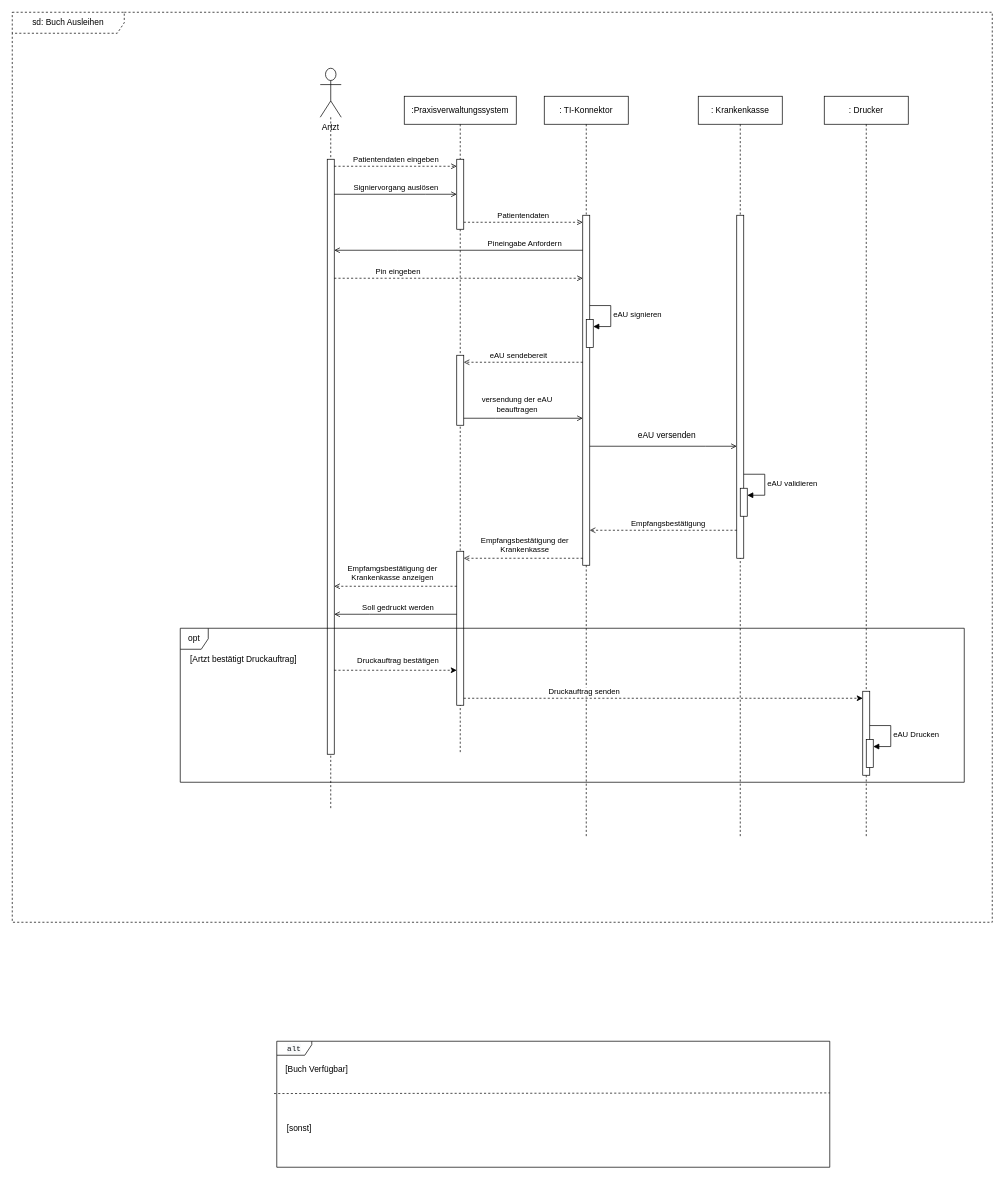
Earlier version of the draw.io diagram Programms/M31/Pateintendaten.drawio (Alex5X5/Schule). Source tidied: cells renumbered, new cells numbered last; positions are measured from the earlier drawing's top-left corner, leaving out a move shared by most shapes. Both pictures are drawn from the tidied source at 70%, with x=0, y=0 at pixel (12, 12).
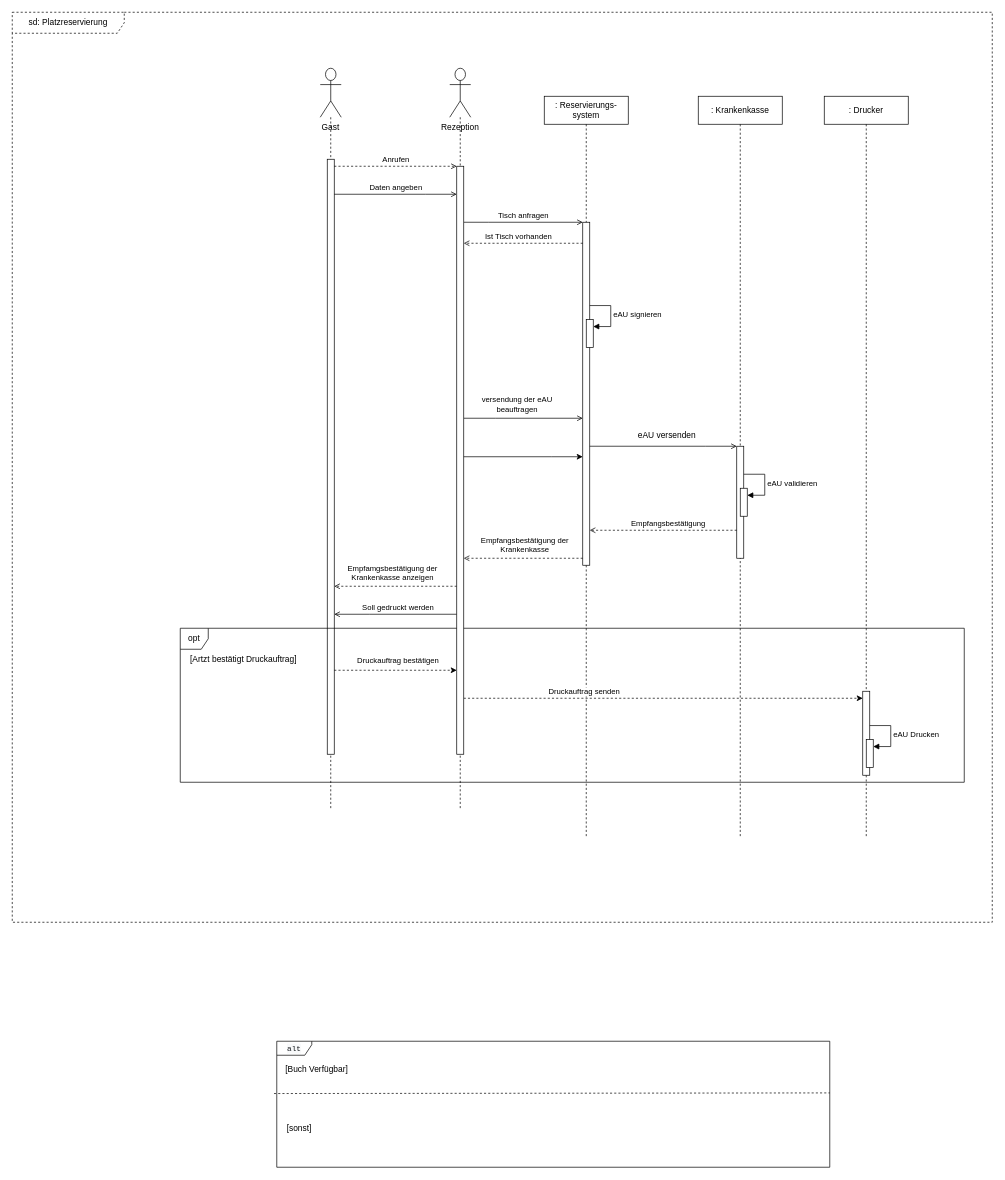
The same diagram, later.

Unchanged cells that the change refers to:
```xml
<mxCell id="14" style="html=1;points=[[0,0,0,0,5],[0,1,0,0,-5],[1,0,0,0,5],[1,1,0,0,-5]];perimeter=orthogonalPerimeter;outlineConnect=0;targetShapes=umlLifeline;portConstraint=eastwest;newEdgeStyle={&quot;curved&quot;:0,&quot;rounded&quot;:0};" parent="13" vertex="1">
  <mxGeometry x="10" y="130" width="10" height="850" as="geometry" />
</mxCell>
<mxCell id="24" value=": Krankenkasse" style="shape=umlLifeline;perimeter=lifelinePerimeter;whiteSpace=wrap;html=1;newEdgeStyle={&quot;curved&quot;:0,&quot;rounded&quot;:0};" parent="2" vertex="1">
  <mxGeometry x="980" y="120" width="120" height="1060" as="geometry" />
</mxCell>
<mxCell id="45" style="html=1;points=[[0,0,0,0,5],[0,1,0,0,-5],[1,0,0,0,5],[1,1,0,0,-5]];perimeter=orthogonalPerimeter;outlineConnect=0;targetShapes=umlLifeline;portConstraint=eastwest;newEdgeStyle={&quot;curved&quot;:0,&quot;rounded&quot;:0};" parent="2" vertex="1">
  <mxGeometry x="1215" y="970" width="10" height="120" as="geometry" />
</mxCell>
```

Diff of the diagram source:
```diff
@@
-    <mxCell id="2" value="sd: Buch Ausleihen" style="shape=umlFrame;whiteSpace=wrap;html=1;width=160;dashed=1;" parent="1" vertex="1">
+    <mxCell id="2" value="sd: Platzreservierung" style="shape=umlFrame;whiteSpace=wrap;html=1;width=160;dashed=1;" parent="1" vertex="1">
       <mxGeometry width="1400" height="1300" as="geometry" />
     </mxCell>
-    <mxCell id="3" style="edgeStyle=orthogonalEdgeStyle;rounded=0;jettySize=auto;html=1;curved=0;endArrow=open;endFill=0;dashed=1;" parent="2" edge="1" source="6" target="10">
+    <mxCell id="3" style="edgeStyle=orthogonalEdgeStyle;rounded=0;jettySize=auto;html=1;curved=0;endArrow=open;endFill=0;" parent="2" edge="1" target="10">
       <mxGeometry relative="1" as="geometry">
+        <mxPoint x="645" y="300" as="sourcePoint" />
         <Array as="points">
           <mxPoint x="680" y="300" />
           <mxPoint x="680" y="300" />
         </Array>
       </mxGeometry>
     </mxCell>
-    <mxCell id="4" value="Patientendaten" style="edgeLabel;html=1;align=center;verticalAlign=middle;" parent="3" vertex="1">
+    <mxCell id="4" value="Tisch anfragen" style="edgeLabel;html=1;align=center;verticalAlign=middle;" parent="3" vertex="1">
       <mxGeometry x="0.18" y="-1" relative="1" as="geometry">
         <mxPoint x="-16" y="-11" as="offset" />
       </mxGeometry>
     </mxCell>
-    <mxCell id="5" value=":Praxisverwaltungssystem" style="shape=umlLifeline;perimeter=lifelinePerimeter;whiteSpace=wrap;html=1;newEdgeStyle={&quot;curved&quot;:0,&quot;rounded&quot;:0};" parent="2" vertex="1">
-      <mxGeometry x="560" y="120" width="160" height="940" as="geometry" />
-    </mxCell>
-    <mxCell id="6" style="html=1;points=[[0,0,0,0,5],[0,1,0,0,-5],[1,0,0,0,5],[1,1,0,0,-5]];perimeter=orthogonalPerimeter;outlineConnect=0;targetShapes=umlLifeline;portConstraint=eastwest;newEdgeStyle={&quot;curved&quot;:0,&quot;rounded&quot;:0};" parent="5" vertex="1">
-      <mxGeometry x="75" y="90" width="10" height="100" as="geometry" />
-    </mxCell>
-    <mxCell id="7" style="html=1;points=[[0,0,0,0,5],[0,1,0,0,-5],[1,0,0,0,5],[1,1,0,0,-5]];perimeter=orthogonalPerimeter;outlineConnect=0;targetShapes=umlLifeline;portConstraint=eastwest;newEdgeStyle={&quot;curved&quot;:0,&quot;rounded&quot;:0};" parent="5" vertex="1">
-      <mxGeometry x="75" y="370" width="10" height="100" as="geometry" />
-    </mxCell>
-    <mxCell id="8" style="html=1;points=[[0,0,0,0,5],[0,1,0,0,-5],[1,0,0,0,5],[1,1,0,0,-5]];perimeter=orthogonalPerimeter;outlineConnect=0;targetShapes=umlLifeline;portConstraint=eastwest;newEdgeStyle={&quot;curved&quot;:0,&quot;rounded&quot;:0};" parent="5" vertex="1">
-      <mxGeometry x="75" y="650" width="10" height="220" as="geometry" />
-    </mxCell>
-    <mxCell id="9" value=": TI-Konnektor" style="shape=umlLifeline;perimeter=lifelinePerimeter;whiteSpace=wrap;html=1;newEdgeStyle={&quot;curved&quot;:0,&quot;rounded&quot;:0};" parent="2" vertex="1">
+    <mxCell id="9" value=": Reservierungs-system" style="shape=umlLifeline;perimeter=lifelinePerimeter;whiteSpace=wrap;html=1;newEdgeStyle={&quot;curved&quot;:0,&quot;rounded&quot;:0};" parent="2" vertex="1">
       <mxGeometry x="760" y="120" width="120" height="1060" as="geometry" />
     </mxCell>
     <mxCell id="10" style="html=1;points=[[0,0,0,0,5],[0,1,0,0,-5],[1,0,0,0,5],[1,1,0,0,-5]];perimeter=orthogonalPerimeter;outlineConnect=0;targetShapes=umlLifeline;portConstraint=eastwest;newEdgeStyle={&quot;curved&quot;:0,&quot;rounded&quot;:0};" parent="9" vertex="1">
-      <mxGeometry x="55" y="170" width="10" height="500" as="geometry" />
+      <mxGeometry x="55" y="180" width="10" height="490" as="geometry" />
     </mxCell>
@@
-    <mxCell id="15" value="Artzt" style="text;html=1;align=center;verticalAlign=middle;whiteSpace=wrap;rounded=0;" parent="2" vertex="1">
+    <mxCell id="15" value="Gast" style="text;html=1;align=center;verticalAlign=middle;whiteSpace=wrap;rounded=0;" parent="2" vertex="1">
       <mxGeometry x="425" y="150" width="60" height="30" as="geometry" />
     </mxCell>
-    <mxCell id="16" style="edgeStyle=orthogonalEdgeStyle;rounded=0;jettySize=auto;html=1;curved=0;endArrow=open;endFill=0;" parent="2" edge="1" target="6">
-      <mxGeometry relative="1" as="geometry">
-        <mxPoint x="460" y="260" as="sourcePoint" />
-        <Array as="points">
-          <mxPoint x="590" y="260" />
-          <mxPoint x="590" y="260" />
-        </Array>
-      </mxGeometry>
-    </mxCell>
-    <mxCell id="17" value="Signiervorgang auslösen" style="edgeLabel;html=1;align=center;verticalAlign=middle;" parent="16" vertex="1">
-      <mxGeometry x="-0.17" relative="1" as="geometry">
-        <mxPoint x="14" y="-10" as="offset" />
-      </mxGeometry>
-    </mxCell>
-    <mxCell id="18" style="edgeStyle=orthogonalEdgeStyle;rounded=0;jettySize=auto;html=1;curved=0;endArrow=open;endFill=0;dashed=1;" parent="2" edge="1" source="14" target="10">
-      <mxGeometry relative="1" as="geometry">
-        <Array as="points">
-          <mxPoint x="550" y="380" />
-          <mxPoint x="550" y="380" />
-        </Array>
-      </mxGeometry>
-    </mxCell>
-    <mxCell id="19" value="Pin eingeben" style="edgeLabel;html=1;align=center;verticalAlign=middle;" parent="18" vertex="1">
-      <mxGeometry x="-0.08" y="1" relative="1" as="geometry">
-        <mxPoint x="-73" y="-9" as="offset" />
-      </mxGeometry>
-    </mxCell>
-    <mxCell id="20" style="edgeStyle=orthogonalEdgeStyle;rounded=0;jettySize=auto;html=1;curved=0;endArrow=open;endFill=0;dashed=1;" parent="2" edge="1" source="14" target="6">
+    <mxCell id="20" style="edgeStyle=orthogonalEdgeStyle;rounded=0;jettySize=auto;html=1;curved=0;endArrow=open;endFill=0;dashed=1;" parent="2" edge="1" source="14">
       <mxGeometry relative="1" as="geometry">
+        <mxPoint x="635" y="220" as="targetPoint" />
         <Array as="points">
           <mxPoint x="590" y="220" />
           <mxPoint x="590" y="220" />
         </Array>
       </mxGeometry>
     </mxCell>
-    <mxCell id="21" value="Patientendaten eingeben" style="edgeLabel;html=1;align=center;verticalAlign=middle;" parent="20" vertex="1">
+    <mxCell id="21" value="Anrufen" style="edgeLabel;html=1;align=center;verticalAlign=middle;" parent="20" vertex="1">
       <mxGeometry x="0.02" y="2" relative="1" as="geometry">
         <mxPoint x="-2" y="-8" as="offset" />
       </mxGeometry>
     </mxCell>
-    <mxCell id="22" style="edgeStyle=orthogonalEdgeStyle;rounded=0;jettySize=auto;html=1;curved=0;endArrow=open;endFill=0;" parent="2" edge="1" source="10" target="14">
-      <mxGeometry relative="1" as="geometry">
-        <Array as="points">
-          <mxPoint x="550" y="340" />
-          <mxPoint x="550" y="340" />
-        </Array>
-      </mxGeometry>
-    </mxCell>
-    <mxCell id="23" value="Pineingabe Anfordern" style="edgeLabel;html=1;align=center;verticalAlign=middle;" parent="22" vertex="1">
-      <mxGeometry x="-0.03" relative="1" as="geometry">
-        <mxPoint x="88" y="-10" as="offset" />
-      </mxGeometry>
-    </mxCell>
@@
     <mxCell id="25" style="html=1;points=[[0,0,0,0,5],[0,1,0,0,-5],[1,0,0,0,5],[1,1,0,0,-5]];perimeter=orthogonalPerimeter;outlineConnect=0;targetShapes=umlLifeline;portConstraint=eastwest;newEdgeStyle={&quot;curved&quot;:0,&quot;rounded&quot;:0};" parent="24" vertex="1">
-      <mxGeometry x="55" y="170" width="10" height="490" as="geometry" />
+      <mxGeometry x="55" y="500" width="10" height="160" as="geometry" />
     </mxCell>
@@
-    <mxCell id="28" style="edgeStyle=orthogonalEdgeStyle;rounded=0;jettySize=auto;html=1;curved=0;endArrow=open;endFill=0;" parent="2" edge="1" source="7" target="10">
+    <mxCell id="28" style="edgeStyle=orthogonalEdgeStyle;rounded=0;jettySize=auto;html=1;curved=0;endArrow=open;endFill=0;" parent="2" edge="1" target="10">
       <mxGeometry relative="1" as="geometry">
+        <mxPoint x="645" y="580" as="sourcePoint" />
         <Array as="points">
           <mxPoint x="690" y="580" />
           <mxPoint x="690" y="580" />
         </Array>
       </mxGeometry>
     </mxCell>
@@
-    <mxCell id="30" style="edgeStyle=orthogonalEdgeStyle;rounded=0;jettySize=auto;html=1;curved=0;dashed=1;endArrow=open;endFill=0;" parent="2" edge="1" source="10" target="7">
+    <mxCell id="30" style="edgeStyle=orthogonalEdgeStyle;rounded=0;orthogonalLoop=1;jettySize=auto;html=1;curved=0;dashed=1;endArrow=open;endFill=0;" parent="2" edge="1">
       <mxGeometry relative="1" as="geometry">
+        <mxPoint x="815" y="330" as="sourcePoint" />
+        <mxPoint x="645" y="330" as="targetPoint" />
         <Array as="points">
-          <mxPoint x="760" y="500" />
-          <mxPoint x="760" y="500" />
+          <mxPoint x="760" y="330" />
+          <mxPoint x="760" y="330" />
         </Array>
       </mxGeometry>
     </mxCell>
-    <mxCell id="31" value=" eAU sendebereit " style="edgeLabel;html=1;align=center;verticalAlign=middle;" parent="30" vertex="1">
+    <mxCell id="31" value=" Ist Tisch vorhanden" style="edgeLabel;html=1;align=center;verticalAlign=middle;" parent="30" vertex="1">
       <mxGeometry x="0.09" y="-2" relative="1" as="geometry">
         <mxPoint y="-8" as="offset" />
       </mxGeometry>
     </mxCell>
@@
-    <mxCell id="36" style="edgeStyle=orthogonalEdgeStyle;rounded=0;jettySize=auto;html=1;curved=0;dashed=1;endArrow=open;endFill=0;" parent="2" edge="1" source="10" target="8">
+    <mxCell id="36" style="edgeStyle=orthogonalEdgeStyle;rounded=0;jettySize=auto;html=1;curved=0;dashed=1;endArrow=open;endFill=0;" parent="2" edge="1" source="10">
       <mxGeometry relative="1" as="geometry">
+        <mxPoint x="645" y="780" as="targetPoint" />
         <Array as="points">
           <mxPoint x="700" y="780" />
           <mxPoint x="700" y="780" />
         </Array>
       </mxGeometry>
     </mxCell>
@@
-    <mxCell id="39" style="edgeStyle=orthogonalEdgeStyle;rounded=0;jettySize=auto;html=1;curved=0;endArrow=open;endFill=0;" parent="2" edge="1" source="8" target="14">
+    <mxCell id="39" style="edgeStyle=orthogonalEdgeStyle;rounded=0;jettySize=auto;html=1;curved=0;endArrow=open;endFill=0;" parent="2" edge="1" target="14">
       <mxGeometry relative="1" as="geometry">
+        <mxPoint x="635" y="860" as="sourcePoint" />
         <Array as="points">
           <mxPoint x="510" y="860" />
           <mxPoint x="510" y="860" />
         </Array>
       </mxGeometry>
     </mxCell>
@@
-    <mxCell id="41" style="edgeStyle=orthogonalEdgeStyle;rounded=0;jettySize=auto;html=1;curved=0;dashed=1;endArrow=open;endFill=0;" parent="2" edge="1" source="8" target="14">
+    <mxCell id="41" style="edgeStyle=orthogonalEdgeStyle;rounded=0;jettySize=auto;html=1;curved=0;dashed=1;endArrow=open;endFill=0;" parent="2" edge="1" target="14">
       <mxGeometry relative="1" as="geometry">
+        <mxPoint x="635" y="820" as="sourcePoint" />
         <Array as="points">
           <mxPoint x="590" y="820" />
           <mxPoint x="590" y="820" />
         </Array>
       </mxGeometry>
     </mxCell>
@@
-    <mxCell id="46" style="edgeStyle=orthogonalEdgeStyle;rounded=0;jettySize=auto;html=1;curved=0;dashed=1;" parent="2" edge="1" source="8" target="45">
+    <mxCell id="46" style="edgeStyle=orthogonalEdgeStyle;rounded=0;jettySize=auto;html=1;curved=0;dashed=1;" parent="2" edge="1" target="45">
       <mxGeometry relative="1" as="geometry">
+        <mxPoint x="645" y="980" as="sourcePoint" />
         <Array as="points">
           <mxPoint x="1070" y="980" />
           <mxPoint x="1070" y="980" />
         </Array>
       </mxGeometry>
     </mxCell>
@@
-    <mxCell id="48" style="edgeStyle=orthogonalEdgeStyle;rounded=0;jettySize=auto;html=1;curved=0;dashed=1;" parent="2" edge="1" source="14" target="8">
+    <mxCell id="48" style="edgeStyle=orthogonalEdgeStyle;rounded=0;jettySize=auto;html=1;curved=0;dashed=1;" parent="2" edge="1" source="14">
       <mxGeometry relative="1" as="geometry">
+        <mxPoint x="635" y="940" as="targetPoint" />
         <Array as="points">
           <mxPoint x="590" y="940" />
           <mxPoint x="590" y="940" />
         </Array>
       </mxGeometry>
     </mxCell>
@@
+    <mxCell id="56" style="shape=umlLifeline;perimeter=lifelinePerimeter;whiteSpace=wrap;html=1;newEdgeStyle={&quot;curved&quot;:0,&quot;rounded&quot;:0};participant=umlActor;size=70;" parent="2" vertex="1">
+      <mxGeometry x="625" y="80" width="30" height="1060" as="geometry" />
+    </mxCell>
+    <mxCell id="57" style="html=1;points=[[0,0,0,0,5],[0,1,0,0,-5],[1,0,0,0,5],[1,1,0,0,-5]];perimeter=orthogonalPerimeter;outlineConnect=0;targetShapes=umlLifeline;portConstraint=eastwest;newEdgeStyle={&quot;curved&quot;:0,&quot;rounded&quot;:0};" parent="56" vertex="1">
+      <mxGeometry x="10" y="140" width="10" height="840" as="geometry" />
+    </mxCell>
+    <mxCell id="58" value="Rezeption" style="text;html=1;align=center;verticalAlign=middle;whiteSpace=wrap;rounded=0;" parent="2" vertex="1">
+      <mxGeometry x="610" y="150" width="60" height="30" as="geometry" />
+    </mxCell>
+    <mxCell id="59" style="edgeStyle=orthogonalEdgeStyle;rounded=0;orthogonalLoop=1;jettySize=auto;html=1;curved=0;endArrow=open;endFill=0;" parent="2" edge="1">
+      <mxGeometry relative="1" as="geometry">
+        <mxPoint x="460" y="260" as="sourcePoint" />
+        <mxPoint x="635" y="260" as="targetPoint" />
+        <Array as="points">
+          <mxPoint x="590" y="260" />
+          <mxPoint x="590" y="260" />
+        </Array>
+      </mxGeometry>
+    </mxCell>
+    <mxCell id="60" value="Daten angeben" style="edgeLabel;html=1;align=center;verticalAlign=middle;" parent="59" vertex="1">
+      <mxGeometry x="0.02" y="2" relative="1" as="geometry">
+        <mxPoint x="-2" y="-8" as="offset" />
+      </mxGeometry>
+    </mxCell>
+    <mxCell id="61" style="edgeStyle=orthogonalEdgeStyle;rounded=0;jettySize=auto;html=1;curved=0;" parent="2" edge="1" source="57" target="10">
+      <mxGeometry relative="1" as="geometry">
+        <Array as="points">
+          <mxPoint x="770" y="635" />
+          <mxPoint x="770" y="635" />
+        </Array>
+      </mxGeometry>
+    </mxCell>
```
